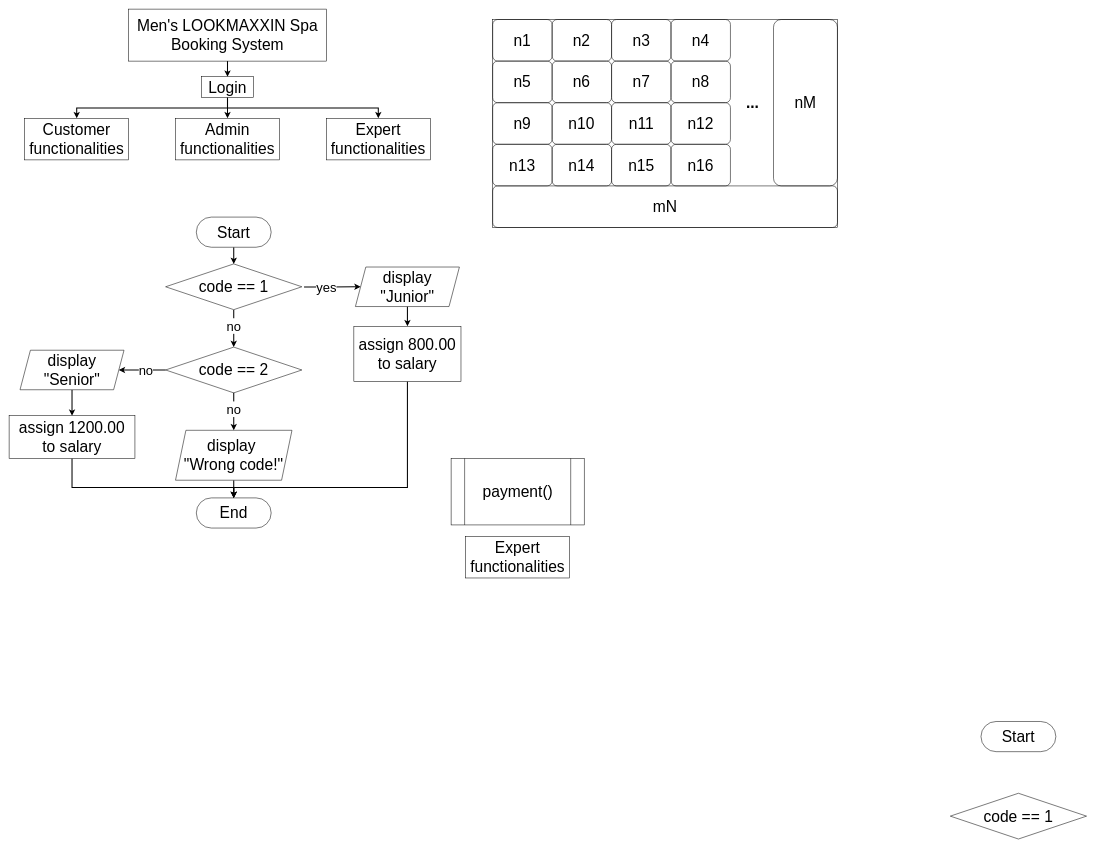
Earlier version of the draw.io diagram BMCS1013 flowchart.drawio (twelve0dev9/BMCS1013-asg-codebase). Source tidied: cells renumbered, new cells numbered last; positions are measured from the earlier drawing's top-left corner, leaving out a move shared by most shapes. Both pictures are drawn from the tidied source at 52%, with x=0, y=0 at pixel (9, 9).
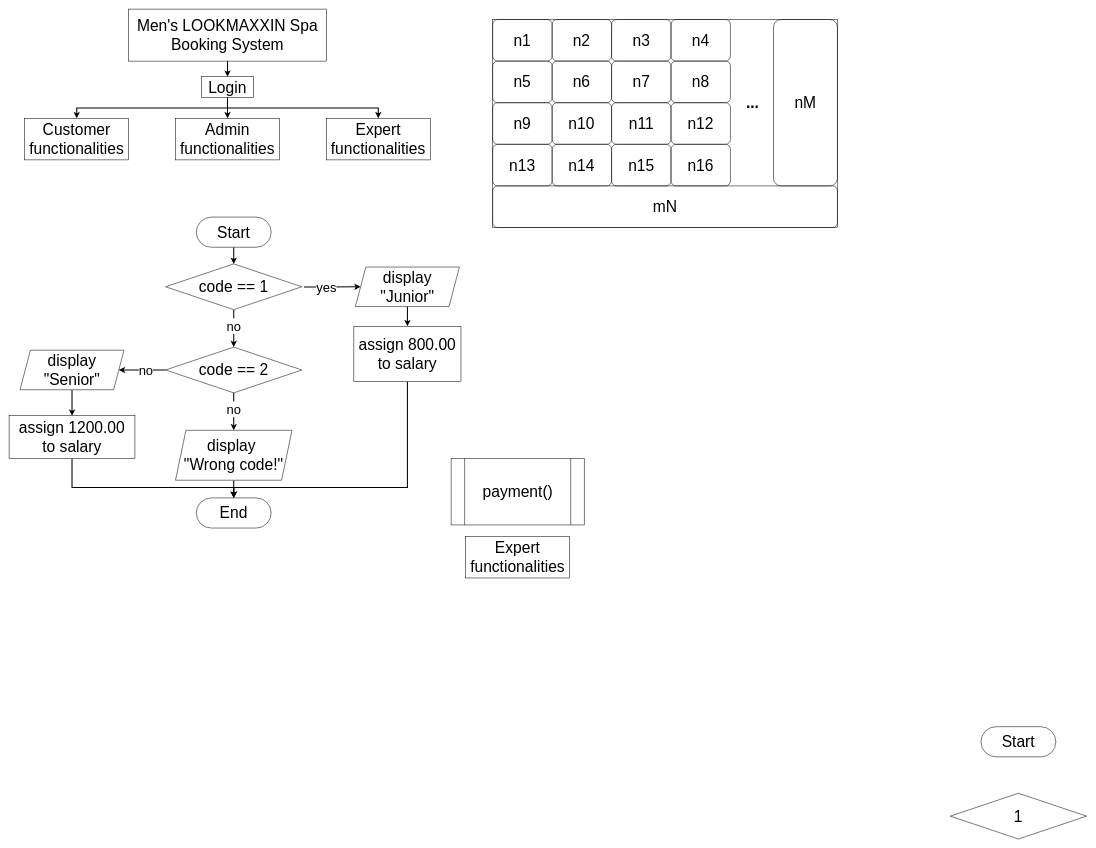
Above is the later version.

What changed in the source:
```diff
@@
     <mxCell id="30" value="&lt;font style=&quot;font-size: 30px;&quot;&gt;Start&lt;/font&gt;" style="rounded=1;whiteSpace=wrap;html=1;arcSize=50;" parent="1" vertex="1">
-      <mxGeometry x="1869" y="1370" width="144" height="58" as="geometry" />
+      <mxGeometry x="1869" y="1380" width="144" height="58" as="geometry" />
     </mxCell>
-    <mxCell id="31" value="&lt;font style=&quot;font-size: 30px;&quot;&gt;code == 1&lt;/font&gt;" style="rhombus;whiteSpace=wrap;html=1;" parent="1" vertex="1">
+    <mxCell id="31" value="&lt;font style=&quot;font-size: 30px;&quot;&gt;1&lt;/font&gt;" style="rhombus;whiteSpace=wrap;html=1;" parent="1" vertex="1">
       <mxGeometry x="1810" y="1508" width="262" height="88" as="geometry" />
     </mxCell>
```
